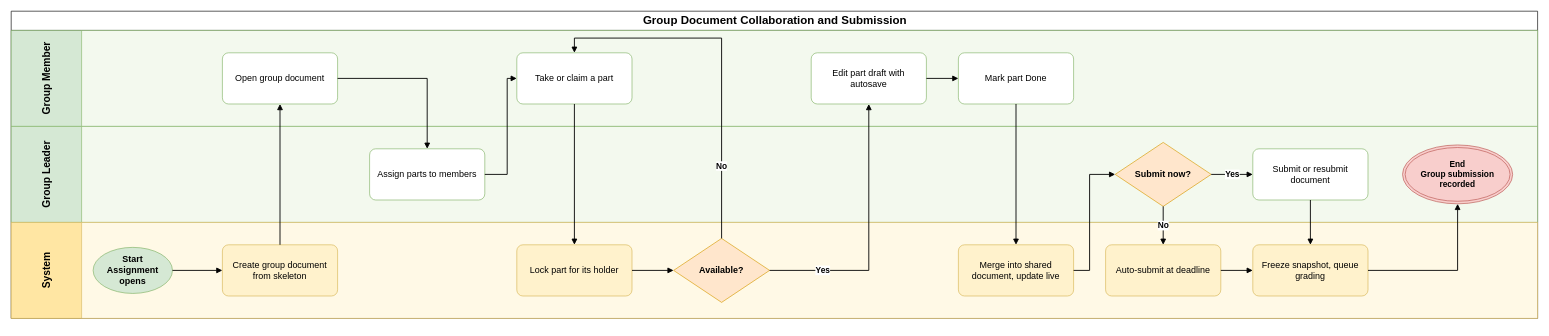
The draw.io diagram page "BF-05 Group Document Collaboration and Submission" (5 of 8) of aidlc-docs/inception/main-business-flows/AI-Powered-Learning-Platform-Main-Business-Flows.drawio in hygef-v4/AI-Powered-Learning-Platform, before the edit. Source tidied: cells renumbered, new cells numbered last; positions are measured from the earlier drawing's top-left corner, leaving out a move shared by most shapes. Both pictures are drawn from the tidied source at 64%, with x=0, y=0 at pixel (11, 11).
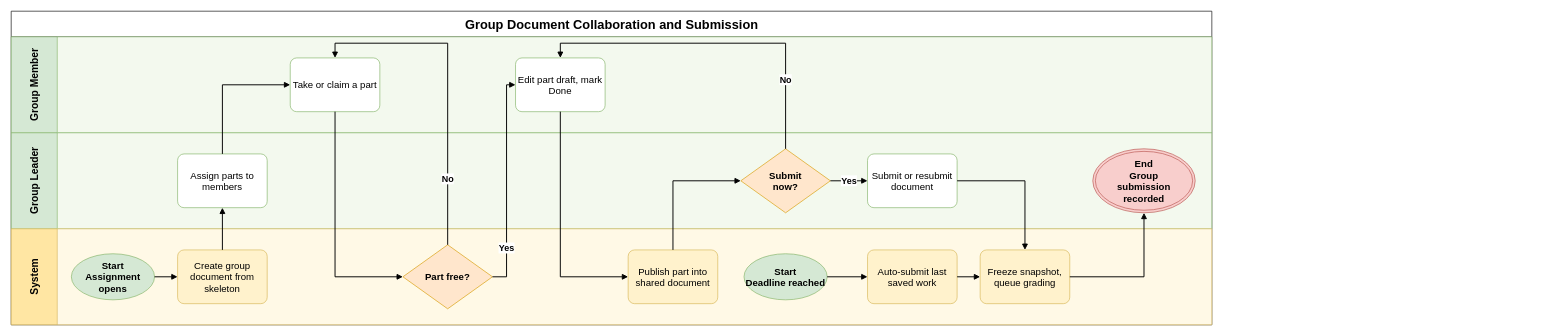
Above is the later version.

The edit, as a diff of the source:
```diff
@@
-    <mxCell id="2" value="Group Document Collaboration and Submission" style="swimlane;horizontal=1;startSize=30;html=1;fontSize=18;fontStyle=1;align=center;verticalAlign=middle;" parent="1" vertex="1">
-      <mxGeometry width="2385" height="480" as="geometry" />
+    <mxCell id="2" value="Group Document Collaboration and Submission" style="swimlane;horizontal=1;startSize=40;html=1;fontSize=20;fontStyle=1;align=center;verticalAlign=middle;" parent="1" vertex="1">
+      <mxGeometry width="1876" height="490" as="geometry" />
     </mxCell>
-    <mxCell id="3" value="Group Member" style="swimlane;startSize=110;horizontal=0;html=1;whiteSpace=wrap;fillColor=#D5E8D4;swimlaneFillColor=#F3F9EE;strokeColor=#82B366;fontSize=16;fontStyle=1;align=center;verticalAlign=middle;spacing=6;" parent="2" vertex="1">
-      <mxGeometry y="30" width="2385" height="150" as="geometry" />
+    <mxCell id="3" value="Group Member" style="swimlane;startSize=72;horizontal=0;html=1;whiteSpace=wrap;fillColor=#D5E8D4;swimlaneFillColor=#F3F9EE;strokeColor=#82B366;fontSize=16;fontStyle=1;align=center;verticalAlign=middle;spacing=4;" parent="2" vertex="1">
+      <mxGeometry y="40" width="1876" height="150" as="geometry" />
     </mxCell>
-    <mxCell id="4" value="Group Leader" style="swimlane;startSize=110;horizontal=0;html=1;whiteSpace=wrap;fillColor=#D5E8D4;swimlaneFillColor=#F3F9EE;strokeColor=#82B366;fontSize=16;fontStyle=1;align=center;verticalAlign=middle;spacing=6;" parent="2" vertex="1">
-      <mxGeometry y="180" width="2385" height="150" as="geometry" />
+    <mxCell id="4" value="Group Leader" style="swimlane;startSize=72;horizontal=0;html=1;whiteSpace=wrap;fillColor=#D5E8D4;swimlaneFillColor=#F3F9EE;strokeColor=#82B366;fontSize=16;fontStyle=1;align=center;verticalAlign=middle;spacing=4;" parent="2" vertex="1">
+      <mxGeometry y="190" width="1876" height="150" as="geometry" />
     </mxCell>
-    <mxCell id="5" value="System" style="swimlane;startSize=110;horizontal=0;html=1;whiteSpace=wrap;fillColor=#FFE6A3;swimlaneFillColor=#FFF9E6;strokeColor=#D6B656;fontSize=16;fontStyle=1;align=center;verticalAlign=middle;spacing=6;" parent="2" vertex="1">
-      <mxGeometry y="330" width="2385" height="150" as="geometry" />
+    <mxCell id="5" value="System" style="swimlane;startSize=72;horizontal=0;html=1;whiteSpace=wrap;fillColor=#FFE6A3;swimlaneFillColor=#FFF9E6;strokeColor=#D6B656;fontSize=16;fontStyle=1;align=center;verticalAlign=middle;spacing=4;" parent="2" vertex="1">
+      <mxGeometry y="340" width="1876" height="150" as="geometry" />
     </mxCell>
-    <mxCell id="6" value="Start&lt;br&gt;Assignment opens" style="ellipse;whiteSpace=wrap;html=1;fillColor=#D5E8D4;strokeColor=#82B366;fontStyle=1;fontSize=14;" parent="5" vertex="1">
-      <mxGeometry x="128" y="39" width="124" height="72" as="geometry" />
+    <mxCell id="6" value="Start&lt;br&gt;Assignment opens" style="ellipse;whiteSpace=wrap;html=1;fillColor=#D5E8D4;strokeColor=#82B366;fontStyle=1;fontSize=15;" parent="5" vertex="1">
+      <mxGeometry x="94" y="39" width="130" height="72" as="geometry" />
     </mxCell>
-    <mxCell id="7" value="Create group document from skeleton" style="rounded=1;whiteSpace=wrap;html=1;fillColor=#FFF2CC;strokeColor=#D6B656;fontSize=14;spacing=6;arcSize=12;" parent="5" vertex="1">
-      <mxGeometry x="330" y="35" width="180" height="80" as="geometry" />
+    <mxCell id="7" value="Create group document from skeleton" style="rounded=1;whiteSpace=wrap;html=1;fillColor=#FFF2CC;strokeColor=#D6B656;fontSize=15;spacing=5;arcSize=12;" parent="5" vertex="1">
+      <mxGeometry x="260" y="33" width="140" height="84" as="geometry" />
     </mxCell>
-    <mxCell id="8" value="Open group document" style="rounded=1;whiteSpace=wrap;html=1;fillColor=#FFFFFF;strokeColor=#82B366;fontSize=14;spacing=6;arcSize=12;" parent="3" vertex="1">
-      <mxGeometry x="330" y="35" width="180" height="80" as="geometry" />
-    </mxCell>
-    <mxCell id="9" value="Assign parts to members" style="rounded=1;whiteSpace=wrap;html=1;fillColor=#FFFFFF;strokeColor=#82B366;fontSize=14;spacing=6;arcSize=12;" parent="4" vertex="1">
-      <mxGeometry x="560" y="35" width="180" height="80" as="geometry" />
+    <mxCell id="9" value="Assign parts to members" style="rounded=1;whiteSpace=wrap;html=1;fillColor=#FFFFFF;strokeColor=#82B366;fontSize=15;spacing=5;arcSize=12;" parent="4" vertex="1">
+      <mxGeometry x="260" y="33" width="140" height="84" as="geometry" />
     </mxCell>
-    <mxCell id="10" value="Take or claim a part" style="rounded=1;whiteSpace=wrap;html=1;fillColor=#FFFFFF;strokeColor=#82B366;fontSize=14;spacing=6;arcSize=12;" parent="3" vertex="1">
-      <mxGeometry x="790" y="35" width="180" height="80" as="geometry" />
+    <mxCell id="10" value="Take or claim a part" style="rounded=1;whiteSpace=wrap;html=1;fillColor=#FFFFFF;strokeColor=#82B366;fontSize=15;spacing=5;arcSize=12;" parent="3" vertex="1">
+      <mxGeometry x="436" y="33" width="140" height="84" as="geometry" />
     </mxCell>
-    <mxCell id="11" value="Lock part for its holder" style="rounded=1;whiteSpace=wrap;html=1;fillColor=#FFF2CC;strokeColor=#D6B656;fontSize=14;spacing=6;arcSize=12;" parent="5" vertex="1">
-      <mxGeometry x="790" y="35" width="180" height="80" as="geometry" />
-    </mxCell>
-    <mxCell id="12" value="Available?" style="rhombus;whiteSpace=wrap;html=1;fillColor=#FFE6CC;strokeColor=#D79B00;fontStyle=1;fontSize=14;spacing=2;" parent="5" vertex="1">
-      <mxGeometry x="1035" y="25" width="150" height="100" as="geometry" />
+    <mxCell id="12" value="Part free?" style="rhombus;whiteSpace=wrap;html=1;fillColor=#FFE6CC;strokeColor=#D79B00;fontStyle=1;fontSize=15;spacing=2;spacingLeft=24;spacingRight=24;" parent="5" vertex="1">
+      <mxGeometry x="612" y="25" width="140" height="100" as="geometry" />
     </mxCell>
-    <mxCell id="13" value="Edit part draft with autosave" style="rounded=1;whiteSpace=wrap;html=1;fillColor=#FFFFFF;strokeColor=#82B366;fontSize=14;spacing=6;arcSize=12;" parent="3" vertex="1">
-      <mxGeometry x="1250" y="35" width="180" height="80" as="geometry" />
+    <mxCell id="13" value="Edit part draft, mark Done" style="rounded=1;whiteSpace=wrap;html=1;fillColor=#FFFFFF;strokeColor=#82B366;fontSize=15;spacing=5;arcSize=12;" parent="3" vertex="1">
+      <mxGeometry x="788" y="33" width="140" height="84" as="geometry" />
     </mxCell>
-    <mxCell id="14" value="Mark part Done" style="rounded=1;whiteSpace=wrap;html=1;fillColor=#FFFFFF;strokeColor=#82B366;fontSize=14;spacing=6;arcSize=12;" parent="3" vertex="1">
-      <mxGeometry x="1480" y="35" width="180" height="80" as="geometry" />
-    </mxCell>
-    <mxCell id="15" value="Merge into shared document, update live" style="rounded=1;whiteSpace=wrap;html=1;fillColor=#FFF2CC;strokeColor=#D6B656;fontSize=14;spacing=6;arcSize=12;" parent="5" vertex="1">
-      <mxGeometry x="1480" y="35" width="180" height="80" as="geometry" />
+    <mxCell id="15" value="Publish part into shared document" style="rounded=1;whiteSpace=wrap;html=1;fillColor=#FFF2CC;strokeColor=#D6B656;fontSize=15;spacing=5;arcSize=12;" parent="5" vertex="1">
+      <mxGeometry x="964" y="33" width="140" height="84" as="geometry" />
     </mxCell>
-    <mxCell id="16" value="Submit now?" style="rhombus;whiteSpace=wrap;html=1;fillColor=#FFE6CC;strokeColor=#D79B00;fontStyle=1;fontSize=14;spacing=2;" parent="4" vertex="1">
-      <mxGeometry x="1725" y="25" width="150" height="100" as="geometry" />
+    <mxCell id="16" value="Submit now?" style="rhombus;whiteSpace=wrap;html=1;fillColor=#FFE6CC;strokeColor=#D79B00;fontStyle=1;fontSize=15;spacing=2;spacingLeft=24;spacingRight=24;" parent="4" vertex="1">
+      <mxGeometry x="1140" y="25" width="140" height="100" as="geometry" />
     </mxCell>
-    <mxCell id="17" value="Submit or resubmit document" style="rounded=1;whiteSpace=wrap;html=1;fillColor=#FFFFFF;strokeColor=#82B366;fontSize=14;spacing=6;arcSize=12;" parent="4" vertex="1">
-      <mxGeometry x="1940" y="35" width="180" height="80" as="geometry" />
+    <mxCell id="17" value="Submit or resubmit document" style="rounded=1;whiteSpace=wrap;html=1;fillColor=#FFFFFF;strokeColor=#82B366;fontSize=15;spacing=5;arcSize=12;" parent="4" vertex="1">
+      <mxGeometry x="1338" y="33" width="140" height="84" as="geometry" />
     </mxCell>
+    <mxCell id="37" value="Start&lt;br&gt;Deadline reached" style="ellipse;whiteSpace=wrap;html=1;fillColor=#D5E8D4;strokeColor=#82B366;fontStyle=1;fontSize=15;" parent="5" vertex="1">
+      <mxGeometry x="1145" y="39" width="130" height="72" as="geometry" />
+    </mxCell>
-    <mxCell id="18" value="Auto-submit at deadline" style="rounded=1;whiteSpace=wrap;html=1;fillColor=#FFF2CC;strokeColor=#D6B656;fontSize=14;spacing=6;arcSize=12;" parent="5" vertex="1">
-      <mxGeometry x="1710" y="35" width="180" height="80" as="geometry" />
+    <mxCell id="18" value="Auto-submit last saved work" style="rounded=1;whiteSpace=wrap;html=1;fillColor=#FFF2CC;strokeColor=#D6B656;fontSize=15;spacing=5;arcSize=12;" parent="5" vertex="1">
+      <mxGeometry x="1338" y="33" width="140" height="84" as="geometry" />
     </mxCell>
-    <mxCell id="19" value="Freeze snapshot, queue grading" style="rounded=1;whiteSpace=wrap;html=1;fillColor=#FFF2CC;strokeColor=#D6B656;fontSize=14;spacing=6;arcSize=12;" parent="5" vertex="1">
-      <mxGeometry x="1940" y="35" width="180" height="80" as="geometry" />
+    <mxCell id="19" value="Freeze snapshot, queue grading" style="rounded=1;whiteSpace=wrap;html=1;fillColor=#FFF2CC;strokeColor=#D6B656;fontSize=15;spacing=5;arcSize=12;" parent="5" vertex="1">
+      <mxGeometry x="1514" y="33" width="140" height="84" as="geometry" />
     </mxCell>
-    <mxCell id="20" value="End&lt;br&gt;Group submission recorded" style="ellipse;shape=doubleEllipse;whiteSpace=wrap;html=1;fillColor=#F8CECC;strokeColor=#B85450;fontStyle=1;fontSize=13;" parent="4" vertex="1">
-      <mxGeometry x="2174" y="29" width="172" height="92" as="geometry" />
+    <mxCell id="20" value="End&lt;br&gt;Group submission recorded" style="ellipse;shape=doubleEllipse;whiteSpace=wrap;html=1;fillColor=#F8CECC;strokeColor=#B85450;fontStyle=1;fontSize=15;spacingLeft=26;spacingRight=26;" parent="4" vertex="1">
+      <mxGeometry x="1690" y="25" width="160" height="100" as="geometry" />
     </mxCell>
-    <mxCell id="21" style="edgeStyle=orthogonalEdgeStyle;rounded=0;jettySize=18;html=1;endArrow=block;endFill=1;strokeWidth=1.4;labelBackgroundColor=#FFFFFF;fontSize=13;fontStyle=1;exitX=1;exitY=0.5;exitDx=0;exitDy=0;entryX=0;entryY=0.5;entryDx=0;entryDy=0;" parent="1" edge="1" source="6" target="7">
+    <mxCell id="21" style="edgeStyle=orthogonalEdgeStyle;rounded=0;jettySize=18;html=1;endArrow=block;endFill=1;strokeWidth=1.5;labelBackgroundColor=#FFFFFF;fontSize=14;fontStyle=1;exitX=1;exitY=0.5;exitDx=0;exitDy=0;entryX=0;entryY=0.5;entryDx=0;entryDy=0;" parent="1" edge="1" source="6" target="7">
       <mxGeometry relative="1" as="geometry" />
     </mxCell>
-    <mxCell id="22" style="edgeStyle=orthogonalEdgeStyle;rounded=0;jettySize=18;html=1;endArrow=block;endFill=1;strokeWidth=1.4;labelBackgroundColor=#FFFFFF;fontSize=13;fontStyle=1;exitX=0.5;exitY=0;exitDx=0;exitDy=0;entryX=0.5;entryY=1;entryDx=0;entryDy=0;" parent="1" edge="1" source="7" target="8">
+    <mxCell id="22" style="edgeStyle=orthogonalEdgeStyle;rounded=0;jettySize=18;html=1;endArrow=block;endFill=1;strokeWidth=1.5;labelBackgroundColor=#FFFFFF;fontSize=14;fontStyle=1;exitX=0.5;exitY=0;exitDx=0;exitDy=0;entryX=0.5;entryY=1;entryDx=0;entryDy=0;" parent="1" edge="1" source="7" target="9">
       <mxGeometry relative="1" as="geometry" />
     </mxCell>
-    <mxCell id="23" style="edgeStyle=orthogonalEdgeStyle;rounded=0;jettySize=18;html=1;endArrow=block;endFill=1;strokeWidth=1.4;labelBackgroundColor=#FFFFFF;fontSize=13;fontStyle=1;exitX=1;exitY=0.5;exitDx=0;exitDy=0;entryX=0.5;entryY=0;entryDx=0;entryDy=0;" parent="1" edge="1" source="8" target="9">
+    <mxCell id="23" style="edgeStyle=orthogonalEdgeStyle;rounded=0;jettySize=18;html=1;endArrow=block;endFill=1;strokeWidth=1.5;labelBackgroundColor=#FFFFFF;fontSize=14;fontStyle=1;exitX=0.5;exitY=0;exitDx=0;exitDy=0;entryX=0;entryY=0.5;entryDx=0;entryDy=0;" parent="1" edge="1" source="9" target="10">
       <mxGeometry relative="1" as="geometry">
         <Array as="points">
-          <mxPoint x="650" y="105" />
+          <mxPoint x="330" y="115" />
         </Array>
       </mxGeometry>
     </mxCell>
-    <mxCell id="24" style="edgeStyle=orthogonalEdgeStyle;rounded=0;jettySize=18;html=1;endArrow=block;endFill=1;strokeWidth=1.4;labelBackgroundColor=#FFFFFF;fontSize=13;fontStyle=1;exitX=1;exitY=0.5;exitDx=0;exitDy=0;entryX=0;entryY=0.5;entryDx=0;entryDy=0;" parent="1" edge="1" source="9" target="10">
+    <mxCell id="24" style="edgeStyle=orthogonalEdgeStyle;rounded=0;jettySize=18;html=1;endArrow=block;endFill=1;strokeWidth=1.5;labelBackgroundColor=#FFFFFF;fontSize=14;fontStyle=1;exitX=0.5;exitY=1;exitDx=0;exitDy=0;entryX=0;entryY=0.5;entryDx=0;entryDy=0;" parent="1" edge="1" source="10" target="12">
       <mxGeometry relative="1" as="geometry">
         <Array as="points">
-          <mxPoint x="775" y="255" />
-          <mxPoint x="775" y="105" />
+          <mxPoint x="506" y="415" />
         </Array>
       </mxGeometry>
     </mxCell>
-    <mxCell id="25" style="edgeStyle=orthogonalEdgeStyle;rounded=0;jettySize=18;html=1;endArrow=block;endFill=1;strokeWidth=1.4;labelBackgroundColor=#FFFFFF;fontSize=13;fontStyle=1;exitX=0.5;exitY=1;exitDx=0;exitDy=0;entryX=0.5;entryY=0;entryDx=0;entryDy=0;" parent="1" edge="1" source="10" target="11">
-      <mxGeometry relative="1" as="geometry" />
+    <mxCell id="25" value="No" style="edgeStyle=orthogonalEdgeStyle;rounded=0;jettySize=18;html=1;endArrow=block;endFill=1;strokeWidth=1.5;labelBackgroundColor=#FFFFFF;fontSize=14;fontStyle=1;exitX=0.5;exitY=0;exitDx=0;exitDy=0;entryX=0.5;entryY=0;entryDx=0;entryDy=0;" parent="1" edge="1" source="12" target="10">
+      <mxGeometry x="-0.6" relative="1" as="geometry">
+        <Array as="points">
+          <mxPoint x="682" y="50" />
+          <mxPoint x="506" y="50" />
+        </Array>
+      </mxGeometry>
     </mxCell>
-    <mxCell id="26" style="edgeStyle=orthogonalEdgeStyle;rounded=0;jettySize=18;html=1;endArrow=block;endFill=1;strokeWidth=1.4;labelBackgroundColor=#FFFFFF;fontSize=13;fontStyle=1;exitX=1;exitY=0.5;exitDx=0;exitDy=0;entryX=0;entryY=0.5;entryDx=0;entryDy=0;" parent="1" edge="1" source="11" target="12">
-      <mxGeometry relative="1" as="geometry" />
+    <mxCell id="26" value="Yes" style="edgeStyle=orthogonalEdgeStyle;rounded=0;jettySize=18;html=1;endArrow=block;endFill=1;strokeWidth=1.5;labelBackgroundColor=#FFFFFF;fontSize=14;fontStyle=1;exitX=1;exitY=0.5;exitDx=0;exitDy=0;entryX=0;entryY=0.5;entryDx=0;entryDy=0;" parent="1" edge="1" source="12" target="13">
+      <mxGeometry x="-0.6" relative="1" as="geometry">
+        <Array as="points">
+          <mxPoint x="774" y="415" />
+          <mxPoint x="774" y="115" />
+        </Array>
+      </mxGeometry>
     </mxCell>
-    <mxCell id="27" value="No" style="edgeStyle=orthogonalEdgeStyle;rounded=0;jettySize=18;html=1;endArrow=block;endFill=1;strokeWidth=1.4;labelBackgroundColor=#FFFFFF;fontSize=13;fontStyle=1;exitX=0.5;exitY=0;exitDx=0;exitDy=0;entryX=0.5;entryY=0;entryDx=0;entryDy=0;" parent="1" edge="1" source="12" target="10">
-      <mxGeometry x="-0.6" relative="1" as="geometry">
+    <mxCell id="27" style="edgeStyle=orthogonalEdgeStyle;rounded=0;jettySize=18;html=1;endArrow=block;endFill=1;strokeWidth=1.5;labelBackgroundColor=#FFFFFF;fontSize=14;fontStyle=1;exitX=0.5;exitY=1;exitDx=0;exitDy=0;entryX=0;entryY=0.5;entryDx=0;entryDy=0;" parent="1" edge="1" source="13" target="15">
+      <mxGeometry relative="1" as="geometry">
         <Array as="points">
-          <mxPoint x="1110" y="42" />
-          <mxPoint x="880" y="42" />
+          <mxPoint x="858" y="415" />
         </Array>
       </mxGeometry>
     </mxCell>
-    <mxCell id="28" value="Yes" style="edgeStyle=orthogonalEdgeStyle;rounded=0;jettySize=18;html=1;endArrow=block;endFill=1;strokeWidth=1.4;labelBackgroundColor=#FFFFFF;fontSize=13;fontStyle=1;exitX=1;exitY=0.5;exitDx=0;exitDy=0;entryX=0.5;entryY=1;entryDx=0;entryDy=0;" parent="1" edge="1" source="12" target="13">
-      <mxGeometry x="-0.6" relative="1" as="geometry">
+    <mxCell id="28" style="edgeStyle=orthogonalEdgeStyle;rounded=0;jettySize=18;html=1;endArrow=block;endFill=1;strokeWidth=1.5;labelBackgroundColor=#FFFFFF;fontSize=14;fontStyle=1;exitX=0.5;exitY=0;exitDx=0;exitDy=0;entryX=0;entryY=0.5;entryDx=0;entryDy=0;" parent="1" edge="1" source="15" target="16">
+      <mxGeometry relative="1" as="geometry">
         <Array as="points">
-          <mxPoint x="1340" y="405" />
+          <mxPoint x="1034" y="265" />
         </Array>
       </mxGeometry>
     </mxCell>
-    <mxCell id="29" style="edgeStyle=orthogonalEdgeStyle;rounded=0;jettySize=18;html=1;endArrow=block;endFill=1;strokeWidth=1.4;labelBackgroundColor=#FFFFFF;fontSize=13;fontStyle=1;exitX=1;exitY=0.5;exitDx=0;exitDy=0;entryX=0;entryY=0.5;entryDx=0;entryDy=0;" parent="1" edge="1" source="13" target="14">
+    <mxCell id="29" value="Yes" style="edgeStyle=orthogonalEdgeStyle;rounded=0;jettySize=18;html=1;endArrow=block;endFill=1;strokeWidth=1.5;labelBackgroundColor=#FFFFFF;fontSize=14;fontStyle=1;exitX=1;exitY=0.5;exitDx=0;exitDy=0;entryX=0;entryY=0.5;entryDx=0;entryDy=0;" parent="1" edge="1" source="16" target="17">
       <mxGeometry relative="1" as="geometry" />
     </mxCell>
-    <mxCell id="30" style="edgeStyle=orthogonalEdgeStyle;rounded=0;jettySize=18;html=1;endArrow=block;endFill=1;strokeWidth=1.4;labelBackgroundColor=#FFFFFF;fontSize=13;fontStyle=1;exitX=0.5;exitY=1;exitDx=0;exitDy=0;entryX=0.5;entryY=0;entryDx=0;entryDy=0;" parent="1" edge="1" source="14" target="15">
-      <mxGeometry relative="1" as="geometry" />
+    <mxCell id="30" value="No" style="edgeStyle=orthogonalEdgeStyle;rounded=0;jettySize=18;html=1;endArrow=block;endFill=1;strokeWidth=1.5;labelBackgroundColor=#FFFFFF;fontSize=14;fontStyle=1;exitX=0.5;exitY=0;exitDx=0;exitDy=0;entryX=0.5;entryY=0;entryDx=0;entryDy=0;" parent="1" edge="1" source="16" target="13">
+      <mxGeometry x="-0.6" relative="1" as="geometry">
+        <Array as="points">
+          <mxPoint x="1210" y="50" />
+          <mxPoint x="858" y="50" />
+        </Array>
+      </mxGeometry>
     </mxCell>
-    <mxCell id="31" style="edgeStyle=orthogonalEdgeStyle;rounded=0;jettySize=18;html=1;endArrow=block;endFill=1;strokeWidth=1.4;labelBackgroundColor=#FFFFFF;fontSize=13;fontStyle=1;exitX=1;exitY=0.5;exitDx=0;exitDy=0;entryX=0;entryY=0.5;entryDx=0;entryDy=0;" parent="1" edge="1" source="15" target="16">
-      <mxGeometry relative="1" as="geometry">
-        <Array as="points">
-          <mxPoint x="1685" y="405" />
-          <mxPoint x="1685" y="255" />
-        </Array>
-      </mxGeometry>
+    <mxCell id="31" style="edgeStyle=orthogonalEdgeStyle;rounded=0;jettySize=18;html=1;endArrow=block;endFill=1;strokeWidth=1.5;labelBackgroundColor=#FFFFFF;fontSize=14;fontStyle=1;exitX=1;exitY=0.5;exitDx=0;exitDy=0;entryX=0;entryY=0.5;entryDx=0;entryDy=0;" parent="1" edge="1" source="37" target="18">
+      <mxGeometry relative="1" as="geometry" />
     </mxCell>
-    <mxCell id="32" value="Yes" style="edgeStyle=orthogonalEdgeStyle;rounded=0;jettySize=18;html=1;endArrow=block;endFill=1;strokeWidth=1.4;labelBackgroundColor=#FFFFFF;fontSize=13;fontStyle=1;exitX=1;exitY=0.5;exitDx=0;exitDy=0;entryX=0;entryY=0.5;entryDx=0;entryDy=0;" parent="1" edge="1" source="16" target="17">
-      <mxGeometry relative="1" as="geometry" />
+    <mxCell id="32" style="edgeStyle=orthogonalEdgeStyle;rounded=0;jettySize=18;html=1;endArrow=block;endFill=1;strokeWidth=1.5;labelBackgroundColor=#FFFFFF;fontSize=14;fontStyle=1;exitX=1;exitY=0.5;exitDx=0;exitDy=0;entryX=0.5;entryY=0;entryDx=0;entryDy=0;" parent="1" edge="1" source="17" target="19">
+      <mxGeometry relative="1" as="geometry">
+        <Array as="points">
+          <mxPoint x="1584" y="265" />
+        </Array>
+      </mxGeometry>
     </mxCell>
-    <mxCell id="33" value="No" style="edgeStyle=orthogonalEdgeStyle;rounded=0;jettySize=18;html=1;endArrow=block;endFill=1;strokeWidth=1.4;labelBackgroundColor=#FFFFFF;fontSize=13;fontStyle=1;exitX=0.5;exitY=1;exitDx=0;exitDy=0;entryX=0.5;entryY=0;entryDx=0;entryDy=0;" parent="1" edge="1" source="16" target="18">
+    <mxCell id="33" style="edgeStyle=orthogonalEdgeStyle;rounded=0;jettySize=18;html=1;endArrow=block;endFill=1;strokeWidth=1.5;labelBackgroundColor=#FFFFFF;fontSize=14;fontStyle=1;exitX=1;exitY=0.5;exitDx=0;exitDy=0;entryX=0;entryY=0.5;entryDx=0;entryDy=0;" parent="1" edge="1" source="18" target="19">
       <mxGeometry relative="1" as="geometry" />
     </mxCell>
-    <mxCell id="34" style="edgeStyle=orthogonalEdgeStyle;rounded=0;jettySize=18;html=1;endArrow=block;endFill=1;strokeWidth=1.4;labelBackgroundColor=#FFFFFF;fontSize=13;fontStyle=1;exitX=0.5;exitY=1;exitDx=0;exitDy=0;entryX=0.5;entryY=0;entryDx=0;entryDy=0;" parent="1" edge="1" source="17" target="19">
-      <mxGeometry relative="1" as="geometry" />
+    <mxCell id="34" style="edgeStyle=orthogonalEdgeStyle;rounded=0;jettySize=18;html=1;endArrow=block;endFill=1;strokeWidth=1.5;labelBackgroundColor=#FFFFFF;fontSize=14;fontStyle=1;exitX=1;exitY=0.5;exitDx=0;exitDy=0;entryX=0.5;entryY=1;entryDx=0;entryDy=0;" parent="1" edge="1" source="19" target="20">
+      <mxGeometry relative="1" as="geometry">
+        <Array as="points">
+          <mxPoint x="1770" y="415" />
+        </Array>
+      </mxGeometry>
     </mxCell>
-    <mxCell id="35" style="edgeStyle=orthogonalEdgeStyle;rounded=0;jettySize=18;html=1;endArrow=block;endFill=1;strokeWidth=1.4;labelBackgroundColor=#FFFFFF;fontSize=13;fontStyle=1;exitX=1;exitY=0.5;exitDx=0;exitDy=0;entryX=0;entryY=0.5;entryDx=0;entryDy=0;" parent="1" edge="1" source="18" target="19">
-      <mxGeometry relative="1" as="geometry" />
-    </mxCell>
-    <mxCell id="36" style="edgeStyle=orthogonalEdgeStyle;rounded=0;jettySize=18;html=1;endArrow=block;endFill=1;strokeWidth=1.4;labelBackgroundColor=#FFFFFF;fontSize=13;fontStyle=1;exitX=1;exitY=0.5;exitDx=0;exitDy=0;entryX=0.5;entryY=1;entryDx=0;entryDy=0;" parent="1" edge="1" source="19" target="20">
-      <mxGeometry relative="1" as="geometry">
-        <Array as="points">
-          <mxPoint x="2260" y="405" />
-        </Array>
-      </mxGeometry>
-    </mxCell>
```
